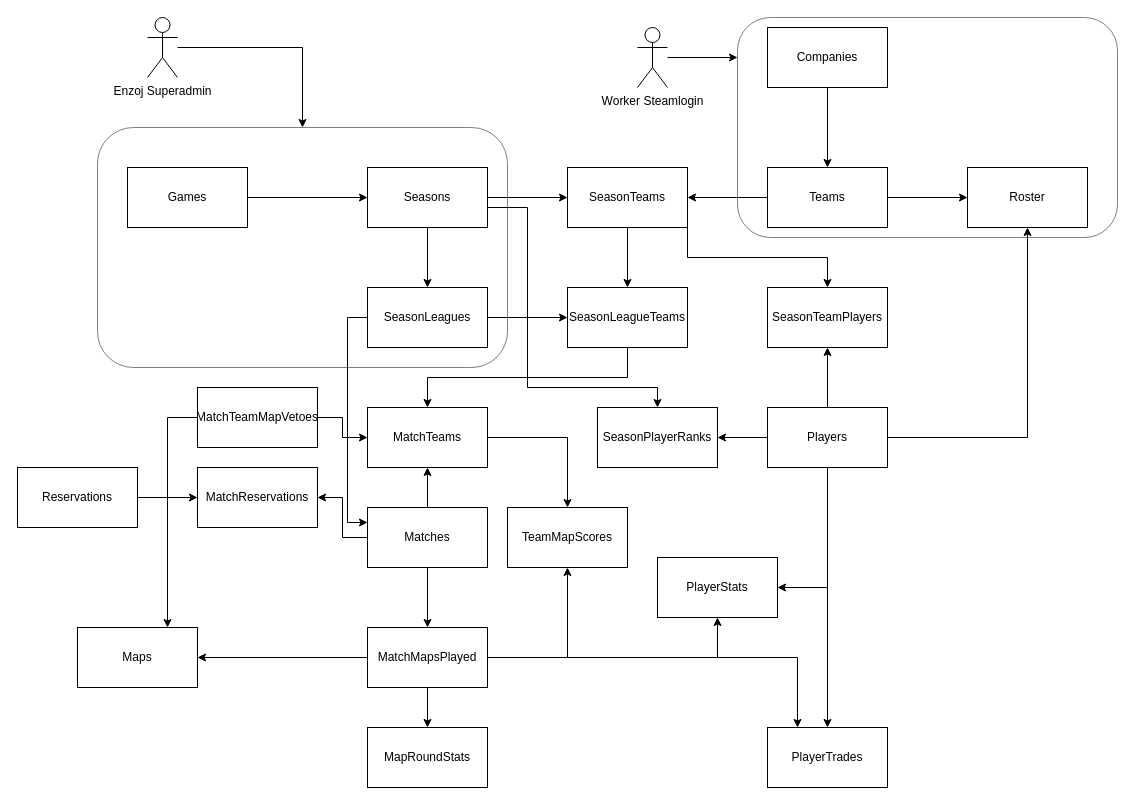
Above: docs/kanastats.drawio in sebazai/eggosystem (draw.io), before the change. Source tidied: cells renumbered, new cells numbered last; positions are measured from the earlier drawing's top-left corner, leaving out a move shared by most shapes. Both pictures are drawn from the tidied source at 100%, with x=0, y=0 at pixel (17, 17).
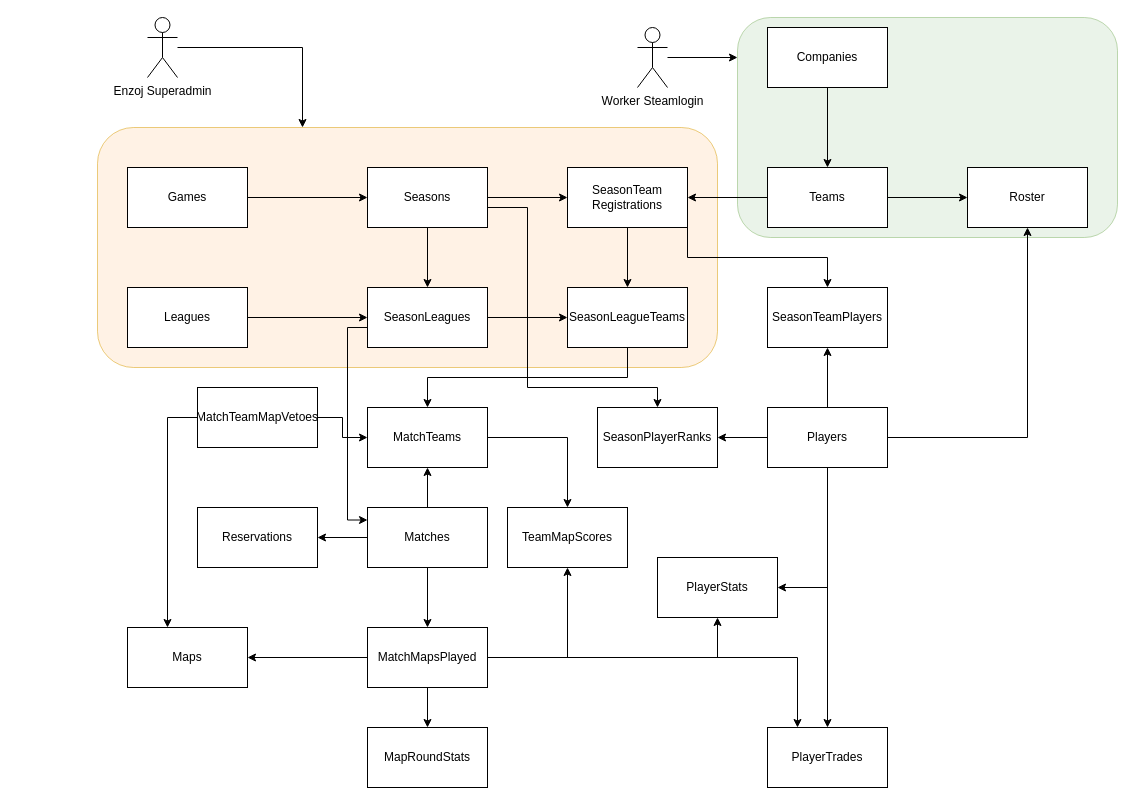
The same page after the edit.

The change refers to these unchanged cells:
```xml
<mxCell id="9" value="Seasons" style="rounded=0;whiteSpace=wrap;html=1;" parent="1" vertex="1">
  <mxGeometry x="350" y="150" width="120" height="60" as="geometry" />
</mxCell>
<mxCell id="13" value="Matches" style="rounded=0;whiteSpace=wrap;html=1;" parent="1" vertex="1">
  <mxGeometry x="350" y="490" width="120" height="60" as="geometry" />
</mxCell>
<mxCell id="29" value="SeasonLeagueTeams" style="rounded=0;whiteSpace=wrap;html=1;" parent="1" vertex="1">
  <mxGeometry x="550" y="270" width="120" height="60" as="geometry" />
</mxCell>
```

Change to the diagram source:
```diff
@@
-    <mxCell id="2" style="rounded=1;whiteSpace=wrap;html=1;fillColor=none;opacity=50;" parent="1" vertex="1">
+    <mxCell id="2" style="rounded=1;whiteSpace=wrap;html=1;fillColor=#d5e8d4;opacity=50;strokeColor=#82b366;" parent="1" vertex="1">
       <mxGeometry x="720" width="380" height="220" as="geometry" />
     </mxCell>
-    <mxCell id="3" style="rounded=1;whiteSpace=wrap;html=1;fillColor=none;opacity=50;" parent="1" vertex="1">
-      <mxGeometry x="80" y="110" width="410" height="240" as="geometry" />
+    <mxCell id="3" style="rounded=1;whiteSpace=wrap;html=1;fillColor=#ffe6cc;opacity=50;strokeColor=#d79b00;" parent="1" vertex="1">
+      <mxGeometry x="80" y="110" width="620" height="240" as="geometry" />
     </mxCell>
@@
-    <mxCell id="6" style="edgeStyle=orthogonalEdgeStyle;rounded=0;jettySize=auto;html=1;exitX=0.5;exitY=1;exitDx=0;exitDy=0;entryX=0.5;entryY=0;entryDx=0;entryDy=0;" parent="1" edge="1" source="9" target="16">
-      <mxGeometry relative="1" as="geometry" />
-    </mxCell>
@@
+    <mxCell id="59" style="edgeStyle=orthogonalEdgeStyle;rounded=0;jettySize=auto;html=1;" parent="1" edge="1" source="9" target="64">
+      <mxGeometry relative="1" as="geometry" />
+    </mxCell>
@@
-    <mxCell id="10" style="edgeStyle=orthogonalEdgeStyle;rounded=0;jettySize=auto;html=1;" parent="1" edge="1" source="13" target="43">
-      <mxGeometry relative="1" as="geometry" />
-    </mxCell>
@@
+    <mxCell id="60" style="edgeStyle=orthogonalEdgeStyle;rounded=0;jettySize=auto;html=1;" parent="1" edge="1" source="13" target="42">
+      <mxGeometry relative="1" as="geometry" />
+    </mxCell>
@@
-    <mxCell id="14" style="edgeStyle=orthogonalEdgeStyle;rounded=0;jettySize=auto;html=1;exitX=1;exitY=0.5;exitDx=0;exitDy=0;entryX=0;entryY=0.5;entryDx=0;entryDy=0;" parent="1" edge="1" source="16" target="29">
-      <mxGeometry relative="1" as="geometry" />
-    </mxCell>
-    <mxCell id="15" style="edgeStyle=orthogonalEdgeStyle;rounded=0;jettySize=auto;html=1;entryX=0;entryY=0.25;entryDx=0;entryDy=0;" parent="1" edge="1" source="16" target="13">
-      <mxGeometry relative="1" as="geometry">
-        <Array as="points">
-          <mxPoint x="330" y="300" />
-          <mxPoint x="330" y="505" />
-        </Array>
-      </mxGeometry>
-    </mxCell>
+    <mxCell id="61" style="edgeStyle=orthogonalEdgeStyle;rounded=0;jettySize=auto;html=1;" parent="1" edge="1" source="16" target="64">
+      <mxGeometry relative="1" as="geometry" />
+    </mxCell>
-    <mxCell id="16" value="SeasonLeagues" style="rounded=0;whiteSpace=wrap;html=1;" parent="1" vertex="1">
-      <mxGeometry x="350" y="270" width="120" height="60" as="geometry" />
+    <mxCell id="16" value="Leagues" style="rounded=0;whiteSpace=wrap;html=1;" parent="1" vertex="1">
+      <mxGeometry x="110" y="270" width="120" height="60" as="geometry" />
     </mxCell>
@@
-    <mxCell id="27" value="SeasonTeams" style="rounded=0;whiteSpace=wrap;html=1;" parent="1" vertex="1">
+    <mxCell id="27" value="SeasonTeam&lt;br&gt;Registrations" style="rounded=0;whiteSpace=wrap;html=1;" parent="1" vertex="1">
       <mxGeometry x="550" y="150" width="120" height="60" as="geometry" />
     </mxCell>
@@
-    <mxCell id="41" style="edgeStyle=orthogonalEdgeStyle;rounded=0;jettySize=auto;html=1;" parent="1" edge="1" source="42" target="43">
-      <mxGeometry relative="1" as="geometry" />
-    </mxCell>
     <mxCell id="42" value="Reservations" style="rounded=0;whiteSpace=wrap;html=1;" parent="1" vertex="1">
-      <mxGeometry y="450" width="120" height="60" as="geometry" />
+      <mxGeometry x="180" y="490" width="120" height="60" as="geometry" />
     </mxCell>
-    <mxCell id="43" value="MatchReservations" style="rounded=0;whiteSpace=wrap;html=1;" parent="1" vertex="1">
-      <mxGeometry x="180" y="450" width="120" height="60" as="geometry" />
-    </mxCell>
@@
     <mxCell id="55" value="Maps" style="rounded=0;whiteSpace=wrap;html=1;" parent="1" vertex="1">
-      <mxGeometry x="60" y="610" width="120" height="60" as="geometry" />
+      <mxGeometry x="110" y="610" width="120" height="60" as="geometry" />
     </mxCell>
@@
+    <mxCell id="62" style="edgeStyle=orthogonalEdgeStyle;rounded=0;orthogonalLoop=1;jettySize=auto;html=1;entryX=0;entryY=0.25;entryDx=0;entryDy=0;" parent="1" edge="1">
+      <mxGeometry relative="1" as="geometry">
+        <mxPoint x="350" y="297.5" as="sourcePoint" />
+        <mxPoint x="350" y="502.5" as="targetPoint" />
+        <Array as="points">
+          <mxPoint x="350" y="310" />
+          <mxPoint x="330" y="310" />
+          <mxPoint x="330" y="503" />
+        </Array>
+      </mxGeometry>
+    </mxCell>
+    <mxCell id="63" style="edgeStyle=orthogonalEdgeStyle;rounded=0;jettySize=auto;html=1;" parent="1" edge="1" source="64" target="29">
+      <mxGeometry relative="1" as="geometry" />
+    </mxCell>
+    <mxCell id="64" value="SeasonLeagues" style="rounded=0;whiteSpace=wrap;html=1;" parent="1" vertex="1">
+      <mxGeometry x="350" y="270" width="120" height="60" as="geometry" />
+    </mxCell>
```
